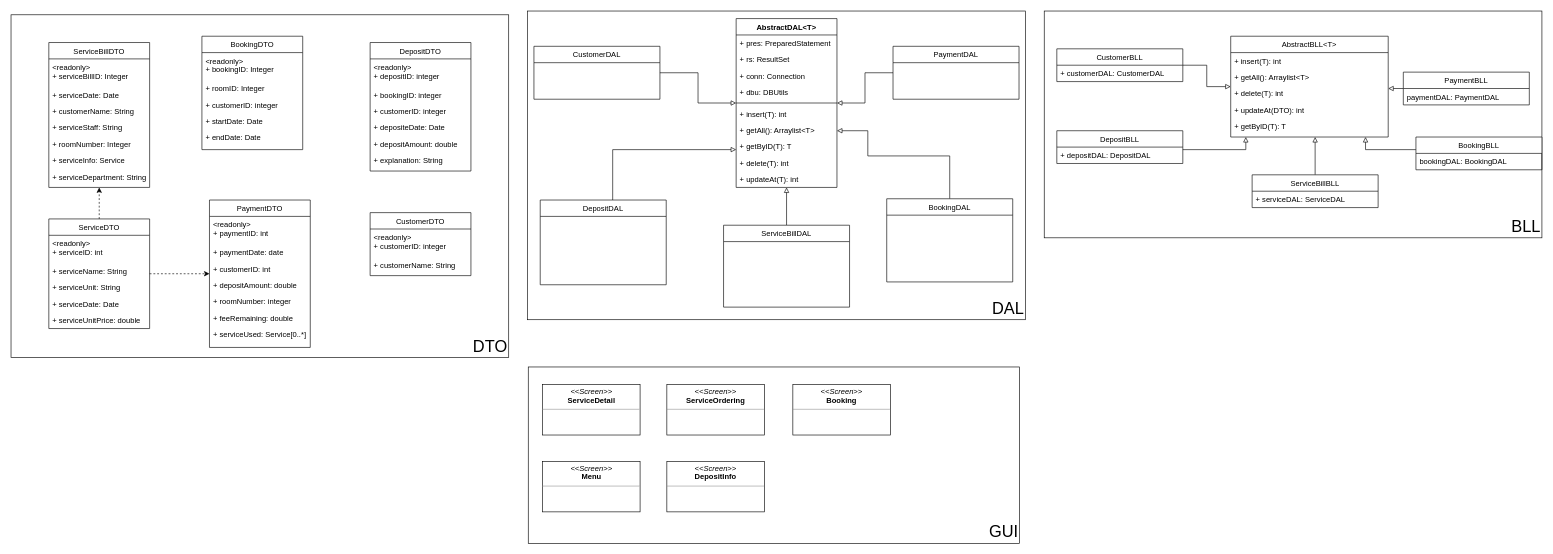
jonathanha52/SE104.L23.PMCL keeps this draw.io diagram as Diagram/Class Diagram.drawio. Above is the earlier version. Source tidied: cells renumbered, new cells numbered last; positions are measured from the earlier drawing's top-left corner, leaving out a move shared by most shapes. Both pictures are drawn from the tidied source at 63%, with x=0, y=0 at pixel (11, 11).
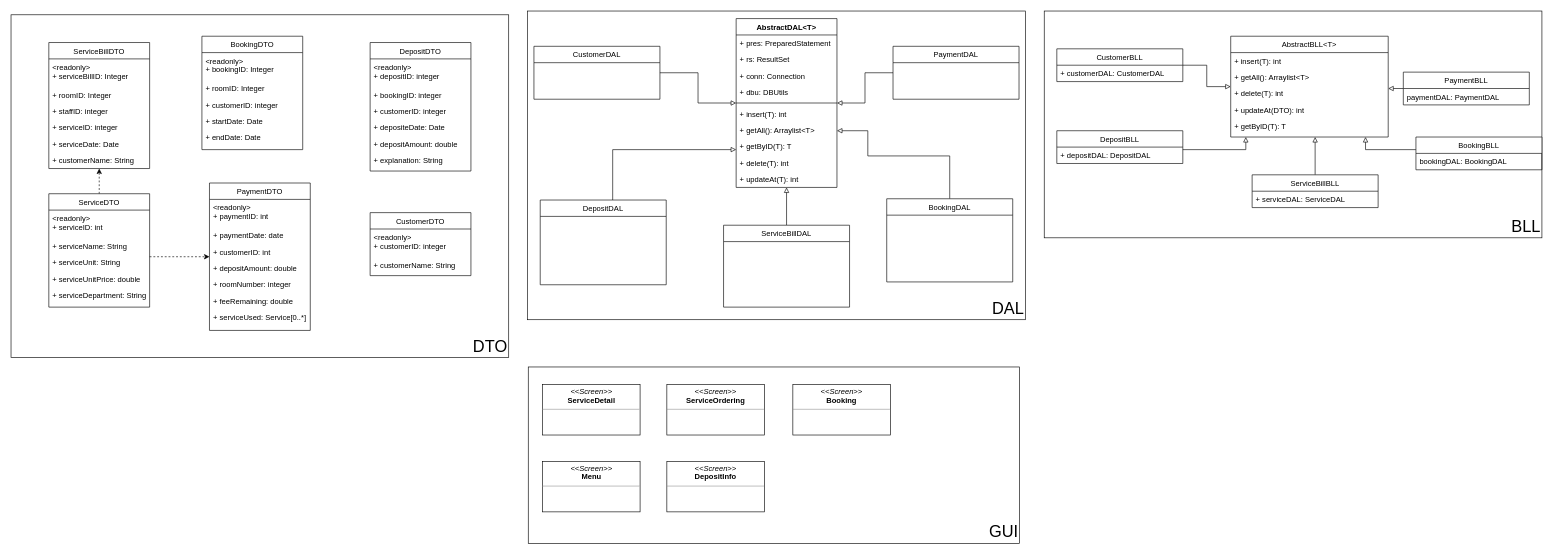
The same diagram, later.

Change to the diagram source:
```diff
@@
     <mxCell id="4" value="ServiceBillDTO" style="swimlane;fontStyle=0;align=center;verticalAlign=top;horizontal=1;startSize=26;rounded=0;shadow=0;strokeWidth=1;" parent="1" vertex="1">
-      <mxGeometry x="60" y="50" width="160" height="230" as="geometry" />
+      <mxGeometry x="60" y="50" width="160" height="200" as="geometry" />
     </mxCell>
@@
+    <mxCell id="9" value="+ roomID: Integer" style="text;align=left;verticalAlign=top;spacingLeft=4;spacingRight=4;overflow=hidden;" parent="4" vertex="1">
+      <mxGeometry y="70" width="160" height="26" as="geometry" />
+    </mxCell>
+    <mxCell id="8" value="+ staffID: integer" style="text;align=left;verticalAlign=top;spacingLeft=4;spacingRight=4;overflow=hidden;" parent="4" vertex="1">
+      <mxGeometry y="96" width="160" height="26" as="geometry" />
+    </mxCell>
+    <mxCell id="10" value="+ serviceID: integer" style="text;align=left;verticalAlign=top;spacingLeft=4;spacingRight=4;overflow=hidden;" parent="4" vertex="1">
+      <mxGeometry y="122" width="160" height="26" as="geometry" />
+    </mxCell>
     <mxCell id="6" value="+ serviceDate: Date" style="text;align=left;verticalAlign=top;spacingLeft=4;spacingRight=4;overflow=hidden;rounded=0;shadow=0;html=0;" parent="4" vertex="1">
-      <mxGeometry y="70" width="160" height="26" as="geometry" />
+      <mxGeometry y="148" width="160" height="26" as="geometry" />
     </mxCell>
     <mxCell id="7" value="+ customerName: String" style="text;align=left;verticalAlign=top;spacingLeft=4;spacingRight=4;overflow=hidden;rounded=0;shadow=0;html=0;" parent="4" vertex="1">
-      <mxGeometry y="96" width="160" height="26" as="geometry" />
+      <mxGeometry y="174" width="160" height="26" as="geometry" />
     </mxCell>
-    <mxCell id="8" value="+ serviceStaff: String" style="text;align=left;verticalAlign=top;spacingLeft=4;spacingRight=4;overflow=hidden;" parent="4" vertex="1">
-      <mxGeometry y="122" width="160" height="26" as="geometry" />
-    </mxCell>
-    <mxCell id="9" value="+ roomNumber: Integer" style="text;align=left;verticalAlign=top;spacingLeft=4;spacingRight=4;overflow=hidden;" parent="4" vertex="1">
-      <mxGeometry y="148" width="160" height="26" as="geometry" />
-    </mxCell>
-    <mxCell id="10" value="+ serviceInfo: Service" style="text;align=left;verticalAlign=top;spacingLeft=4;spacingRight=4;overflow=hidden;" parent="4" vertex="1">
-      <mxGeometry y="174" width="160" height="26" as="geometry" />
-    </mxCell>
-    <mxCell id="11" value="+ serviceDepartment: String" style="text;align=left;verticalAlign=top;spacingLeft=4;spacingRight=4;overflow=hidden;" parent="4" vertex="1">
-      <mxGeometry y="200" width="160" height="26" as="geometry" />
-    </mxCell>
@@
     <mxCell id="13" style="edgeStyle=orthogonalEdgeStyle;rounded=0;jettySize=auto;html=1;dashed=1;" parent="1" edge="1" source="14" target="27">
-      <mxGeometry relative="1" as="geometry" />
+      <mxGeometry relative="1" as="geometry">
+        <Array as="points">
+          <mxPoint x="290" y="390" />
+          <mxPoint x="290" y="390" />
+        </Array>
+      </mxGeometry>
     </mxCell>
     <mxCell id="14" value="ServiceDTO" style="swimlane;fontStyle=0;align=center;verticalAlign=top;horizontal=1;startSize=26;rounded=0;shadow=0;strokeWidth=1;" parent="1" vertex="1">
-      <mxGeometry x="60" y="330" width="160" height="174" as="geometry" />
+      <mxGeometry x="60" y="290" width="160" height="180" as="geometry" />
     </mxCell>
@@
-    <mxCell id="18" value="+ serviceDate: Date" style="text;align=left;verticalAlign=top;spacingLeft=4;spacingRight=4;overflow=hidden;rounded=0;shadow=0;html=0;" parent="14" vertex="1">
-      <mxGeometry y="122" width="160" height="26" as="geometry" />
-    </mxCell>
     <mxCell id="19" value="+ serviceUnitPrice: double" style="text;align=left;verticalAlign=top;spacingLeft=4;spacingRight=4;overflow=hidden;rounded=0;shadow=0;html=0;" parent="14" vertex="1">
-      <mxGeometry y="148" width="160" height="26" as="geometry" />
+      <mxGeometry y="122" width="160" height="26" as="geometry" />
     </mxCell>
+    <mxCell id="11" value="+ serviceDepartment: String" style="text;align=left;verticalAlign=top;spacingLeft=4;spacingRight=4;overflow=hidden;" parent="14" vertex="1">
+      <mxGeometry y="148" width="160" height="26" as="geometry" />
+    </mxCell>
@@
     <mxCell id="27" value="PaymentDTO" style="swimlane;fontStyle=0;align=center;verticalAlign=top;horizontal=1;startSize=26;rounded=0;shadow=0;strokeWidth=1;" parent="1" vertex="1">
-      <mxGeometry x="315" y="300" width="160" height="234" as="geometry" />
+      <mxGeometry x="315" y="273" width="160" height="234" as="geometry" />
     </mxCell>
```
